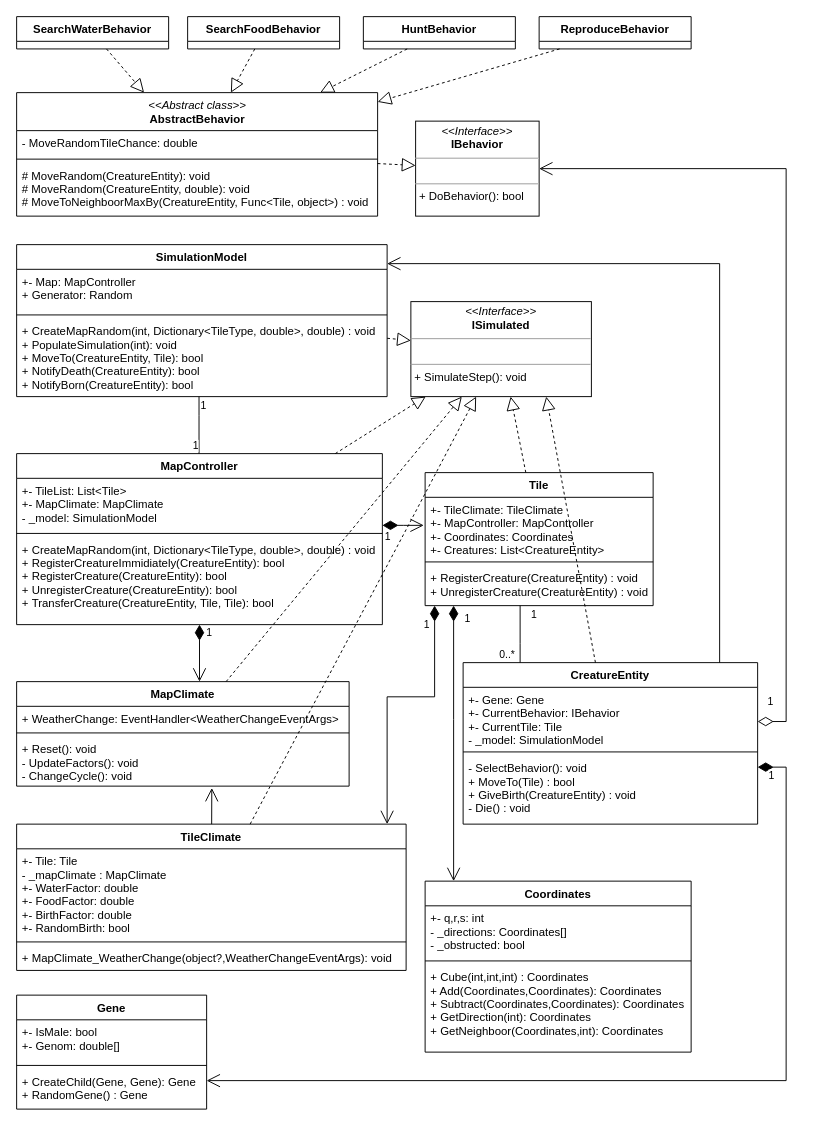
The draw.io diagram Planning/UML/uml-decomp.drawio in Stellarthoughts/Hexalife2D, before the edit. Source tidied: cells renumbered, new cells numbered last; positions are measured from the earlier drawing's top-left corner, leaving out a move shared by most shapes. Both pictures are drawn from the tidied source at 95%, with x=0, y=0 at pixel (16, 16).
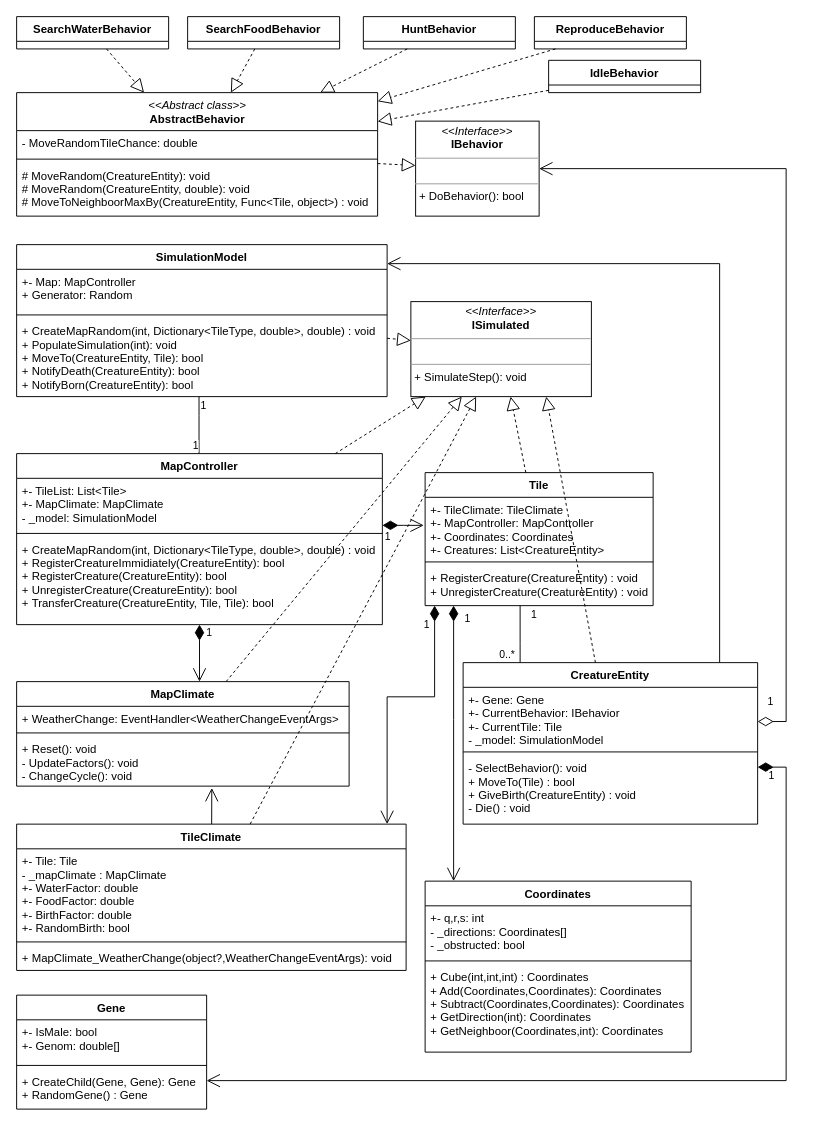
Above is the later version.

Commit message:
uml decomp

Unchanged cells that the change refers to:
```xml
<mxCell id="62" value="&amp;lt;&amp;lt;Abstract class&amp;gt;&amp;gt;&lt;br&gt;&lt;b style=&quot;font-style: normal&quot;&gt;AbstractBehavior&lt;/b&gt;" style="swimlane;fontStyle=2;align=center;verticalAlign=top;horizontal=1;startSize=40;html=1;" parent="1" vertex="1">
  <mxGeometry y="80" width="380" height="130" as="geometry" />
</mxCell>
```

Diff of the diagram source:
```diff
@@
     <mxCell id="16" value="ReproduceBehavior" style="swimlane;fontStyle=1;align=center;verticalAlign=top;horizontal=1;startSize=26;" parent="1" vertex="1">
-      <mxGeometry x="550" width="160" height="34" as="geometry" />
+      <mxGeometry x="545" width="160" height="34" as="geometry" />
     </mxCell>
@@
+    <mxCell id="69" value="IdleBehavior" style="swimlane;fontStyle=1;align=center;verticalAlign=top;horizontal=1;startSize=26;" parent="1" vertex="1">
+      <mxGeometry x="560" y="46" width="160" height="34" as="geometry" />
+    </mxCell>
+    <mxCell id="70" style="endArrow=block;dashed=1;endFill=0;endSize=12;html=1;rounded=0;" parent="1" edge="1" source="69" target="62">
+      <mxGeometry relative="1" as="geometry" />
+    </mxCell>
```
